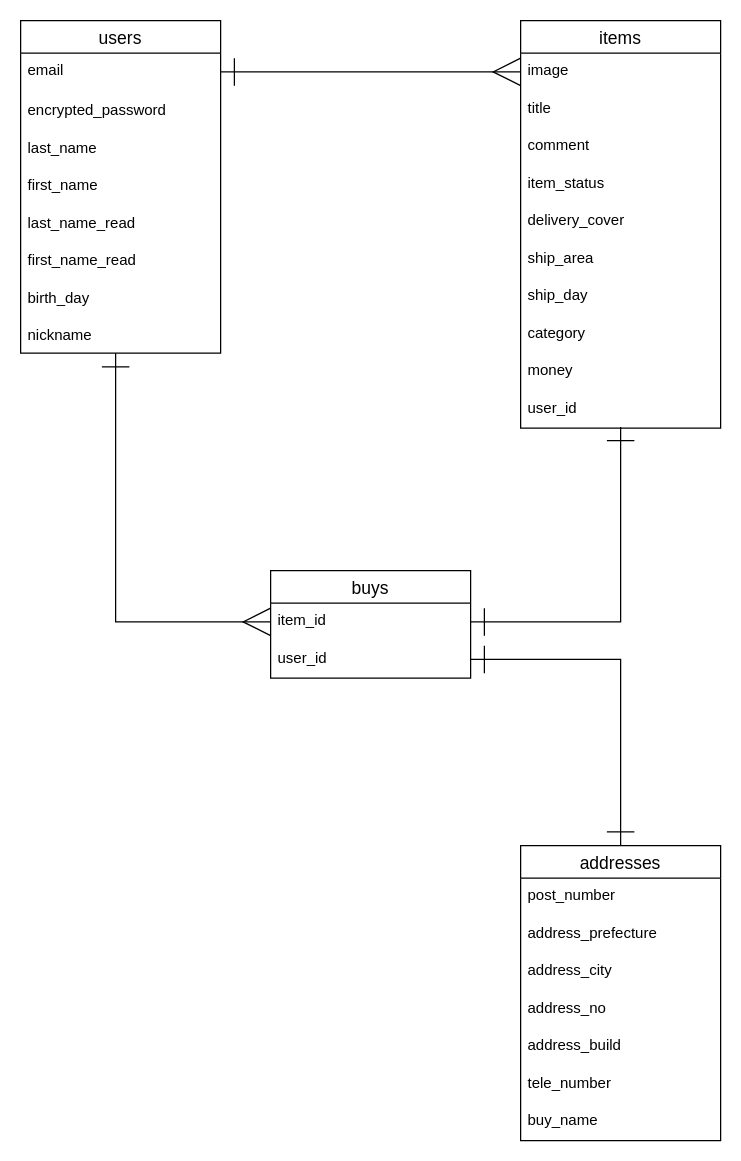
The draw.io diagram test.dio in Mikoto882/furima-34334, before the edit. Source tidied: cells renumbered, new cells numbered last; positions are measured from the earlier drawing's top-left corner, leaving out a move shared by most shapes. Both pictures are drawn from the tidied source at 125%, with x=0, y=0 at pixel (20, 20).
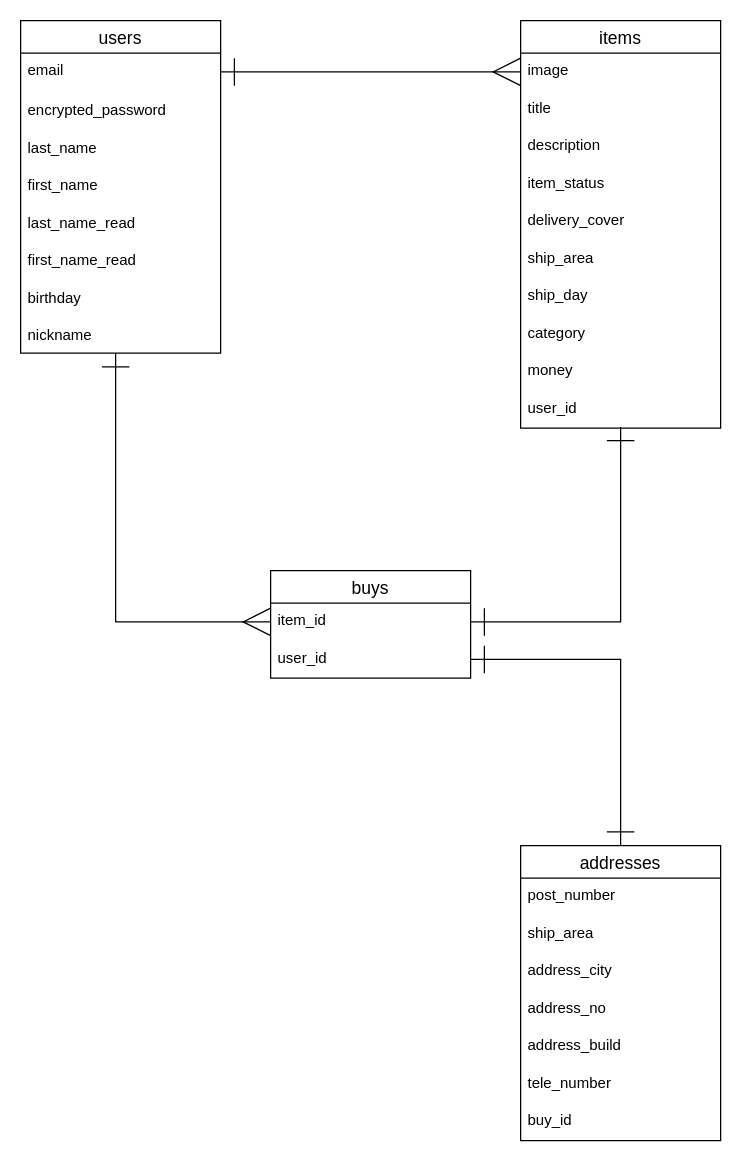
After the change.

Commit message (it also covers changes not shown here):
DB設計修正後（6回目）

Unchanged cells that the change refers to:
```xml
<mxCell id="3" value="users" style="swimlane;fontStyle=0;horizontal=1;startSize=26;align=center;fontSize=14;" parent="1" vertex="1">
  <mxGeometry width="160" height="266" as="geometry" />
</mxCell>
<mxCell id="13" value="items" style="swimlane;fontStyle=0;horizontal=1;startSize=26;align=center;fontSize=14;" parent="1" vertex="1">
  <mxGeometry x="400" width="160" height="326" as="geometry" />
</mxCell>
<mxCell id="28" value="addresses" style="swimlane;fontStyle=0;horizontal=1;startSize=26;align=center;fontSize=14;" parent="1" vertex="1">
  <mxGeometry x="400" y="660" width="160" height="236" as="geometry" />
</mxCell>
```

Change to the diagram source:
```diff
@@
-    <mxCell id="10" value="birth_day" style="text;strokeColor=none;fillColor=none;spacingLeft=4;spacingRight=4;overflow=hidden;fontSize=12;verticalAlign=middle;" parent="3" vertex="1">
+    <mxCell id="10" value="birthday" style="text;strokeColor=none;fillColor=none;spacingLeft=4;spacingRight=4;overflow=hidden;fontSize=12;verticalAlign=middle;" parent="3" vertex="1">
       <mxGeometry y="206" width="160" height="30" as="geometry" />
     </mxCell>
@@
-    <mxCell id="16" value="comment" style="text;strokeColor=none;fillColor=none;spacingLeft=4;spacingRight=4;overflow=hidden;fontSize=12;" parent="13" vertex="1">
+    <mxCell id="16" value="description" style="text;strokeColor=none;fillColor=none;spacingLeft=4;spacingRight=4;overflow=hidden;fontSize=12;" parent="13" vertex="1">
       <mxGeometry y="86" width="160" height="30" as="geometry" />
     </mxCell>
@@
-    <mxCell id="30" value="address_prefecture" style="text;strokeColor=none;fillColor=none;spacingLeft=4;spacingRight=4;overflow=hidden;fontSize=12;" parent="28" vertex="1">
+    <mxCell id="30" value="ship_area" style="text;strokeColor=none;fillColor=none;spacingLeft=4;spacingRight=4;overflow=hidden;fontSize=12;" parent="28" vertex="1">
       <mxGeometry y="56" width="160" height="30" as="geometry" />
     </mxCell>
@@
-    <mxCell id="35" value="buy_name" style="text;strokeColor=none;fillColor=none;spacingLeft=4;spacingRight=4;overflow=hidden;fontSize=12;" parent="28" vertex="1">
+    <mxCell id="35" value="buy_id" style="text;strokeColor=none;fillColor=none;spacingLeft=4;spacingRight=4;overflow=hidden;fontSize=12;" parent="28" vertex="1">
       <mxGeometry y="206" width="160" height="30" as="geometry" />
     </mxCell>
```
